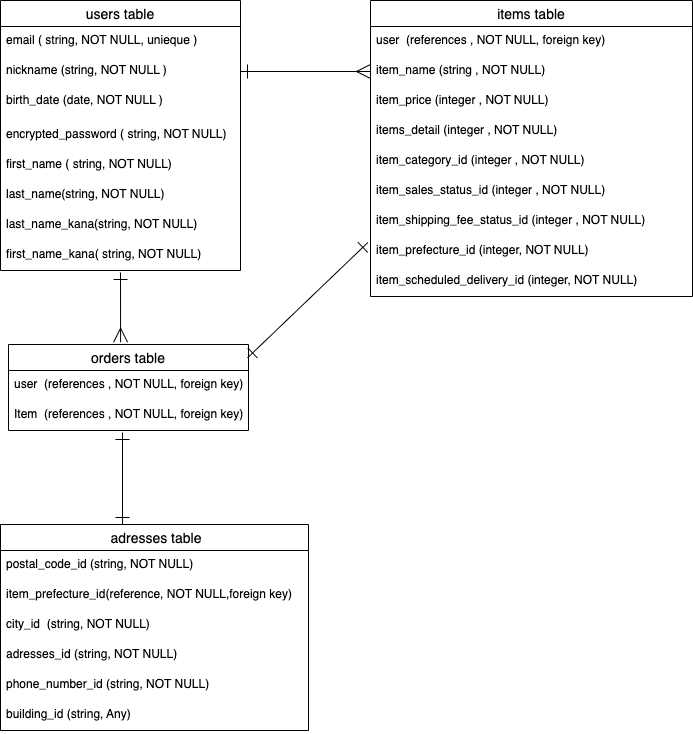
Above: app/views/orders/furima.ER..drawio.png in Jyoumama/furima-40508 (draw.io), before the change. Source tidied: cells renumbered, new cells last; positions are measured from the earlier drawing's top-left corner, leaving out a move shared by most shapes.
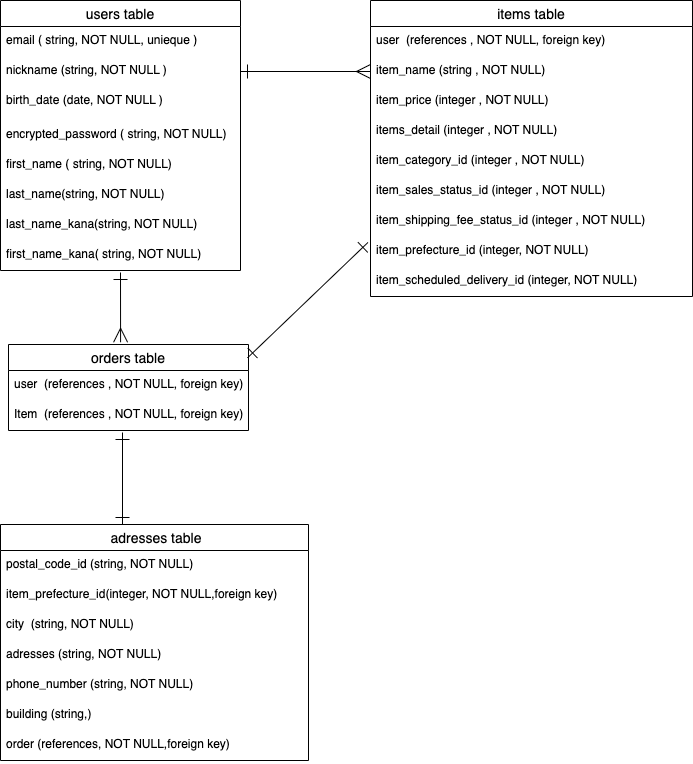
After the commit.

Commit message:
READMEとER図の６回目の修正

Change to the diagram source:
```diff
@@ -77,26 +77,29 @@
       <mxGeometry relative="1" as="geometry" />
     </mxCell>
     <mxCell id="26" value=" adresses table" style="swimlane;fontStyle=0;horizontal=1;startSize=26;align=center;fontSize=14;" parent="1" vertex="1">
-      <mxGeometry y="524" width="308" height="206" as="geometry" />
+      <mxGeometry y="524" width="308" height="236" as="geometry" />
     </mxCell>
     <mxCell id="27" value="postal_code_id (string, NOT NULL)" style="text;strokeColor=none;fillColor=none;spacingLeft=4;spacingRight=4;overflow=hidden;fontSize=12;" parent="26" vertex="1">
       <mxGeometry y="26" width="308" height="30" as="geometry" />
     </mxCell>
-    <mxCell id="28" value="item_prefecture_id(reference, NOT NULL,foreign key)&#10;" style="text;strokeColor=none;fillColor=none;spacingLeft=4;spacingRight=4;overflow=hidden;fontSize=12;" parent="26" vertex="1">
+    <mxCell id="28" value="item_prefecture_id(integer, NOT NULL,foreign key)&#10;" style="text;strokeColor=none;fillColor=none;spacingLeft=4;spacingRight=4;overflow=hidden;fontSize=12;" parent="26" vertex="1">
       <mxGeometry y="56" width="308" height="30" as="geometry" />
     </mxCell>
-    <mxCell id="29" value="city_id  (string, NOT NULL)" style="text;strokeColor=none;fillColor=none;spacingLeft=4;spacingRight=4;overflow=hidden;fontSize=12;" parent="26" vertex="1">
+    <mxCell id="29" value="city  (string, NOT NULL)" style="text;strokeColor=none;fillColor=none;spacingLeft=4;spacingRight=4;overflow=hidden;fontSize=12;" parent="26" vertex="1">
       <mxGeometry y="86" width="308" height="30" as="geometry" />
     </mxCell>
-    <mxCell id="30" value="adresses_id (string, NOT NULL)" style="text;strokeColor=none;fillColor=none;spacingLeft=4;spacingRight=4;overflow=hidden;fontSize=12;" parent="26" vertex="1">
+    <mxCell id="30" value="adresses (string, NOT NULL)" style="text;strokeColor=none;fillColor=none;spacingLeft=4;spacingRight=4;overflow=hidden;fontSize=12;" parent="26" vertex="1">
       <mxGeometry y="116" width="308" height="30" as="geometry" />
     </mxCell>
-    <mxCell id="31" value="phone_number_id (string, NOT NULL)" style="text;strokeColor=none;fillColor=none;spacingLeft=4;spacingRight=4;overflow=hidden;fontSize=12;" parent="26" vertex="1">
+    <mxCell id="31" value="phone_number (string, NOT NULL)" style="text;strokeColor=none;fillColor=none;spacingLeft=4;spacingRight=4;overflow=hidden;fontSize=12;" parent="26" vertex="1">
       <mxGeometry y="146" width="308" height="30" as="geometry" />
     </mxCell>
-    <mxCell id="32" value="building_id (string, Any)" style="text;strokeColor=none;fillColor=none;spacingLeft=4;spacingRight=4;overflow=hidden;fontSize=12;" parent="26" vertex="1">
+    <mxCell id="32" value="building (string,)" style="text;strokeColor=none;fillColor=none;spacingLeft=4;spacingRight=4;overflow=hidden;fontSize=12;" parent="26" vertex="1">
       <mxGeometry y="176" width="308" height="30" as="geometry" />
     </mxCell>
+    <mxCell id="35" value="order (references, NOT NULL,foreign key)" style="text;strokeColor=none;fillColor=none;spacingLeft=4;spacingRight=4;overflow=hidden;fontSize=12;" parent="26" vertex="1">
+      <mxGeometry y="206" width="308" height="30" as="geometry" />
+    </mxCell>
     <mxCell id="33" style="edgeStyle=none;html=1;exitX=1;exitY=0.5;exitDx=0;exitDy=0;entryX=0;entryY=0.5;entryDx=0;entryDy=0;endArrow=ERmany;endFill=0;jumpSize=10;endSize=12;startArrow=ERone;startFill=0;startSize=12;" parent="1" edge="1" source="4">
       <mxGeometry relative="1" as="geometry">
         <mxPoint x="370" y="71" as="targetPoint" />
```
